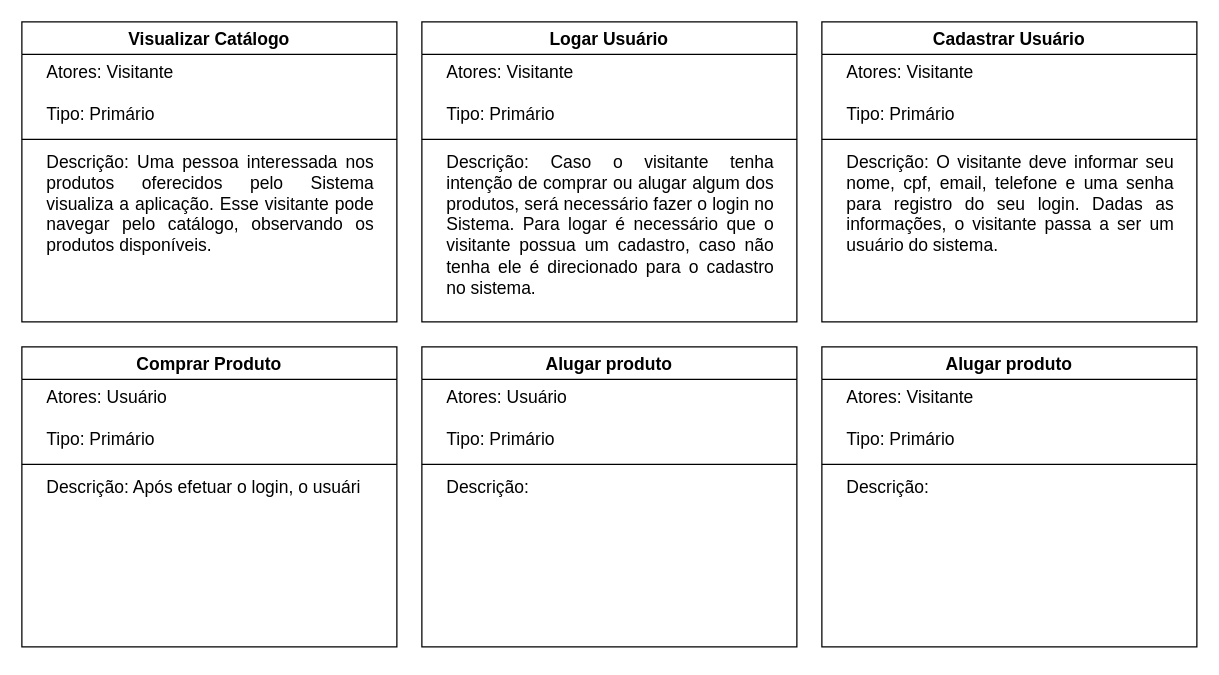
Above: CasosDeUso.drawio in kellykimura/Projeto-ESI (draw.io), before the change. Source tidied: cells renumbered, new cells numbered last; positions are measured from the earlier drawing's top-left corner, leaving out a move shared by most shapes. Both pictures are drawn from the tidied source at 125%, with x=0, y=0 at pixel (21, 21).
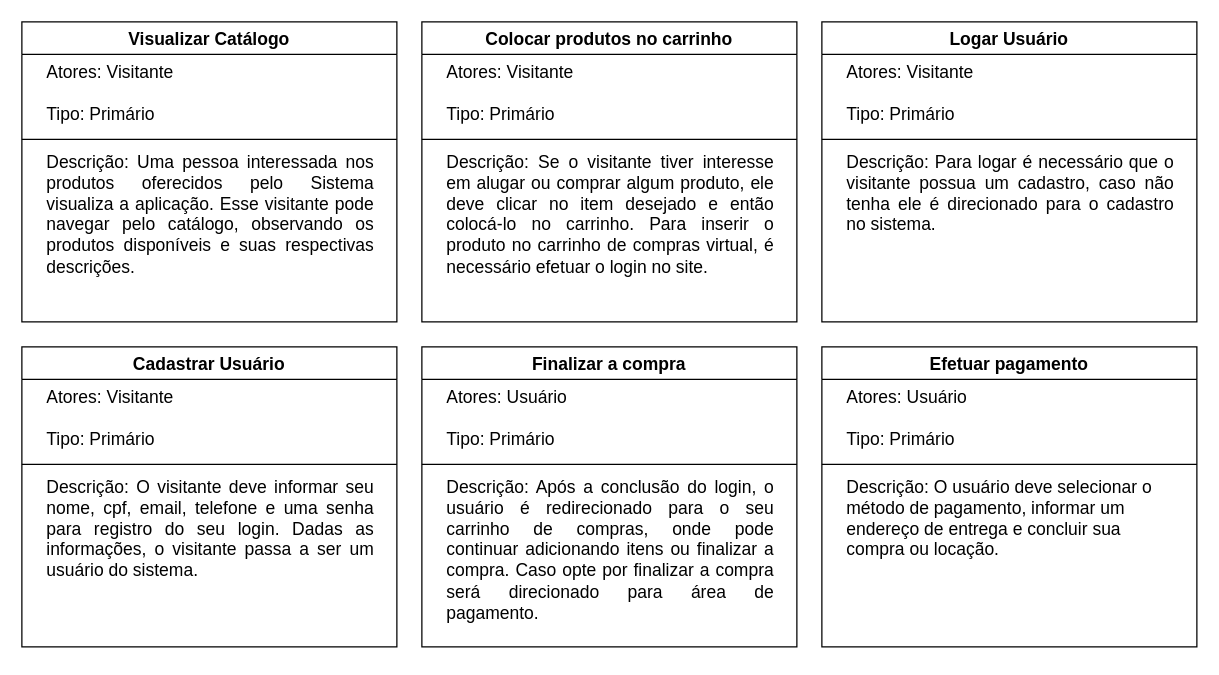
After the change.

Unchanged cells that the change refers to:
```xml
<mxCell id="2" value="Visualizar Catálogo" style="swimlane;fontStyle=1;align=center;verticalAlign=top;horizontal=1;startSize=26;whiteSpace=wrap;html=1;fontSize=14;labelBackgroundColor=none;spacing=0;spacingLeft=20;spacingBottom=0;spacingTop=1;spacingRight=20;" parent="1" vertex="1">
  <mxGeometry width="300" height="240" as="geometry" />
</mxCell>
```

What changed in the source:
```diff
@@
-    <mxCell id="5" value="&lt;div style=&quot;text-align: justify;&quot;&gt;&lt;span style=&quot;color: light-dark(rgb(0, 0, 0), rgb(255, 255, 255));&quot;&gt;Descrição: Uma pessoa interessada nos produtos oferecidos pelo Sistema visualiza a aplicação. Esse visitante pode navegar pelo catálogo, observando os produtos disponíveis.&amp;nbsp;&lt;/span&gt;&lt;/div&gt;&lt;div&gt;&lt;br&gt;&lt;/div&gt;" style="text;strokeColor=none;fillColor=none;align=left;verticalAlign=top;spacingLeft=20;spacingRight=20;overflow=hidden;whiteSpace=wrap;html=1;fontSize=14;labelBackgroundColor=none;spacing=0;spacingBottom=0;spacingTop=1;" parent="2" vertex="1">
+    <mxCell id="5" value="&lt;div style=&quot;text-align: justify;&quot;&gt;&lt;span style=&quot;color: light-dark(rgb(0, 0, 0), rgb(255, 255, 255));&quot;&gt;Descrição: Uma pessoa interessada nos produtos oferecidos pelo Sistema visualiza a aplicação. Esse visitante pode navegar pelo catálogo, observando os produtos disponíveis e suas respectivas descrições.&amp;nbsp;&lt;/span&gt;&lt;/div&gt;&lt;div&gt;&lt;br&gt;&lt;/div&gt;" style="text;strokeColor=none;fillColor=none;align=left;verticalAlign=top;spacingLeft=20;spacingRight=20;overflow=hidden;whiteSpace=wrap;html=1;fontSize=14;labelBackgroundColor=none;spacing=0;spacingBottom=0;spacingTop=1;" parent="2" vertex="1">
       <mxGeometry y="98" width="300" height="142" as="geometry" />
     </mxCell>
     <mxCell id="6" value="Logar Usuário" style="swimlane;fontStyle=1;align=center;verticalAlign=top;horizontal=1;startSize=26;whiteSpace=wrap;html=1;fontSize=14;labelBackgroundColor=none;spacing=0;spacingLeft=20;spacingBottom=0;spacingTop=1;spacingRight=20;" parent="1" vertex="1">
-      <mxGeometry x="320" width="300" height="240" as="geometry" />
+      <mxGeometry x="640" width="300" height="240" as="geometry" />
     </mxCell>
@@
-    <mxCell id="9" value="&lt;div style=&quot;text-align: justify;&quot;&gt;&lt;span style=&quot;background-color: transparent; color: light-dark(rgb(0, 0, 0), rgb(255, 255, 255));&quot;&gt;Descrição: Caso o visitante tenha intenção de comprar ou alugar algum dos produtos, será necessário fazer o login no Sistema. Para logar é necessário que o visitante possua um cadastro, caso não tenha ele é direcionado para o cadastro no sistema.&lt;/span&gt;&lt;/div&gt;&lt;div style=&quot;text-align: justify;&quot;&gt;&lt;br&gt;&lt;/div&gt;" style="text;strokeColor=none;fillColor=none;align=left;verticalAlign=top;spacingLeft=20;spacingRight=20;overflow=hidden;whiteSpace=wrap;html=1;fontSize=14;labelBackgroundColor=none;spacing=0;spacingBottom=0;spacingTop=1;" parent="6" vertex="1">
+    <mxCell id="9" value="&lt;div style=&quot;text-align: justify;&quot;&gt;&lt;span style=&quot;background-color: transparent; color: light-dark(rgb(0, 0, 0), rgb(255, 255, 255));&quot;&gt;Descrição: Para logar é necessário que o visitante possua um cadastro, caso não tenha ele é direcionado para o cadastro no sistema.&lt;/span&gt;&lt;/div&gt;&lt;div style=&quot;text-align: justify;&quot;&gt;&lt;br&gt;&lt;/div&gt;" style="text;strokeColor=none;fillColor=none;align=left;verticalAlign=top;spacingLeft=20;spacingRight=20;overflow=hidden;whiteSpace=wrap;html=1;fontSize=14;labelBackgroundColor=none;spacing=0;spacingBottom=0;spacingTop=1;" parent="6" vertex="1">
       <mxGeometry y="98" width="300" height="142" as="geometry" />
     </mxCell>
-    <mxCell id="10" value="Alugar produto" style="swimlane;fontStyle=1;align=center;verticalAlign=top;horizontal=1;startSize=26;whiteSpace=wrap;html=1;fontSize=14;labelBackgroundColor=none;spacing=0;spacingLeft=20;spacingBottom=0;spacingTop=1;spacingRight=20;" parent="1" vertex="1">
+    <mxCell id="10" value="Finalizar a compra" style="swimlane;fontStyle=1;align=center;verticalAlign=top;horizontal=1;startSize=26;whiteSpace=wrap;html=1;fontSize=14;labelBackgroundColor=none;spacing=0;spacingLeft=20;spacingBottom=0;spacingTop=1;spacingRight=20;" parent="1" vertex="1">
       <mxGeometry x="320" y="260" width="300" height="240" as="geometry" />
     </mxCell>
@@
-    <mxCell id="13" value="Descrição:&amp;nbsp;&lt;div&gt;&lt;br&gt;&lt;/div&gt;" style="text;strokeColor=none;fillColor=none;align=left;verticalAlign=top;spacingLeft=20;spacingRight=20;overflow=hidden;whiteSpace=wrap;html=1;fontSize=14;labelBackgroundColor=none;spacing=0;spacingBottom=0;spacingTop=1;" parent="10" vertex="1">
+    <mxCell id="13" value="&lt;div style=&quot;text-align: justify;&quot;&gt;&lt;span style=&quot;background-color: transparent; color: light-dark(rgb(0, 0, 0), rgb(255, 255, 255));&quot;&gt;Descrição: Após a conclusão do login, o usuário é redirecionado para o seu carrinho de compras, onde pode continuar adicionando itens ou finalizar a compra. Caso opte por finalizar a compra será direcionado para área de pagamento.&lt;/span&gt;&lt;/div&gt;" style="text;strokeColor=none;fillColor=none;align=left;verticalAlign=top;spacingLeft=20;spacingRight=20;overflow=hidden;whiteSpace=wrap;html=1;fontSize=14;labelBackgroundColor=none;spacing=0;spacingBottom=0;spacingTop=1;" parent="10" vertex="1">
       <mxGeometry y="98" width="300" height="142" as="geometry" />
     </mxCell>
-    <mxCell id="14" value="Comprar Produto" style="swimlane;fontStyle=1;align=center;verticalAlign=top;horizontal=1;startSize=26;whiteSpace=wrap;html=1;fontSize=14;labelBackgroundColor=none;spacing=0;spacingLeft=20;spacingBottom=0;spacingTop=1;spacingRight=20;" parent="1" vertex="1">
-      <mxGeometry y="260" width="300" height="240" as="geometry" />
+    <mxCell id="14" value="Colocar produtos no carrinho" style="swimlane;fontStyle=1;align=center;verticalAlign=top;horizontal=1;startSize=26;whiteSpace=wrap;html=1;fontSize=14;labelBackgroundColor=none;spacing=0;spacingLeft=20;spacingBottom=0;spacingTop=1;spacingRight=20;" parent="1" vertex="1">
+      <mxGeometry x="320" width="300" height="240" as="geometry" />
     </mxCell>
-    <mxCell id="15" value="Atores: Usuário&lt;div&gt;&lt;br&gt;&lt;div&gt;Tipo: Primário&lt;/div&gt;&lt;/div&gt;" style="text;strokeColor=none;fillColor=none;align=left;verticalAlign=top;spacingLeft=20;spacingRight=20;overflow=hidden;whiteSpace=wrap;html=1;fontSize=14;labelBackgroundColor=none;spacing=0;spacingBottom=0;spacingTop=1;" parent="14" vertex="1">
+    <mxCell id="15" value="Atores: Visitante&lt;div&gt;&lt;br&gt;&lt;div&gt;Tipo: Primário&lt;/div&gt;&lt;/div&gt;" style="text;strokeColor=none;fillColor=none;align=left;verticalAlign=top;spacingLeft=20;spacingRight=20;overflow=hidden;whiteSpace=wrap;html=1;fontSize=14;labelBackgroundColor=none;spacing=0;spacingBottom=0;spacingTop=1;" parent="14" vertex="1">
       <mxGeometry y="26" width="300" height="64" as="geometry" />
     </mxCell>
@@
-    <mxCell id="17" value="Descrição: Após efetuar o login, o usuári&amp;nbsp;&lt;div&gt;&lt;br&gt;&lt;/div&gt;" style="text;strokeColor=none;fillColor=none;align=left;verticalAlign=top;spacingLeft=20;spacingRight=20;overflow=hidden;whiteSpace=wrap;html=1;fontSize=14;labelBackgroundColor=none;spacing=0;spacingBottom=0;spacingTop=1;" parent="14" vertex="1">
+    <mxCell id="17" value="&lt;div style=&quot;text-align: justify;&quot;&gt;&lt;span style=&quot;background-color: transparent; color: light-dark(rgb(0, 0, 0), rgb(255, 255, 255));&quot;&gt;Descrição: Se o visitante tiver interesse em alugar ou comprar algum produto, ele deve clicar no item desejado e então colocá-lo no carrinho. Para inserir o produto no carrinho de compras virtual, é necessário efetuar o login no site.&amp;nbsp;&amp;nbsp;&lt;/span&gt;&lt;/div&gt;&lt;div&gt;&lt;br&gt;&lt;/div&gt;" style="text;strokeColor=none;fillColor=none;align=left;verticalAlign=top;spacingLeft=20;spacingRight=20;overflow=hidden;whiteSpace=wrap;html=1;fontSize=14;labelBackgroundColor=none;spacing=0;spacingBottom=0;spacingTop=1;" parent="14" vertex="1">
       <mxGeometry y="98" width="300" height="142" as="geometry" />
     </mxCell>
     <mxCell id="18" value="Cadastrar Usuário" style="swimlane;fontStyle=1;align=center;verticalAlign=top;horizontal=1;startSize=26;whiteSpace=wrap;html=1;fontSize=14;labelBackgroundColor=none;spacing=0;spacingLeft=20;spacingBottom=0;spacingTop=1;spacingRight=20;" parent="1" vertex="1">
-      <mxGeometry x="640" width="300" height="240" as="geometry" />
+      <mxGeometry y="260" width="300" height="240" as="geometry" />
     </mxCell>
@@
-    <mxCell id="22" value="Alugar produto" style="swimlane;fontStyle=1;align=center;verticalAlign=top;horizontal=1;startSize=26;whiteSpace=wrap;html=1;fontSize=14;labelBackgroundColor=none;spacing=0;spacingLeft=20;spacingBottom=0;spacingTop=1;spacingRight=20;" parent="1" vertex="1">
+    <mxCell id="22" value="Efetuar pagamento" style="swimlane;fontStyle=1;align=center;verticalAlign=top;horizontal=1;startSize=26;whiteSpace=wrap;html=1;fontSize=14;labelBackgroundColor=none;spacing=0;spacingLeft=20;spacingBottom=0;spacingTop=1;spacingRight=20;" parent="1" vertex="1">
       <mxGeometry x="640" y="260" width="300" height="240" as="geometry" />
     </mxCell>
-    <mxCell id="23" value="Atores: Visitante&amp;nbsp;&lt;div&gt;&lt;br&gt;&lt;div&gt;Tipo: Primário&lt;/div&gt;&lt;/div&gt;" style="text;strokeColor=none;fillColor=none;align=left;verticalAlign=top;spacingLeft=20;spacingRight=20;overflow=hidden;whiteSpace=wrap;html=1;fontSize=14;labelBackgroundColor=none;spacing=0;spacingBottom=0;spacingTop=1;" parent="22" vertex="1">
+    <mxCell id="23" value="Atores: Usuário&amp;nbsp;&lt;div&gt;&lt;br&gt;&lt;div&gt;Tipo: Primário&lt;/div&gt;&lt;/div&gt;" style="text;strokeColor=none;fillColor=none;align=left;verticalAlign=top;spacingLeft=20;spacingRight=20;overflow=hidden;whiteSpace=wrap;html=1;fontSize=14;labelBackgroundColor=none;spacing=0;spacingBottom=0;spacingTop=1;" parent="22" vertex="1">
       <mxGeometry y="26" width="300" height="64" as="geometry" />
     </mxCell>
@@
-    <mxCell id="25" value="Descrição:&amp;nbsp;&lt;div&gt;&lt;br&gt;&lt;/div&gt;" style="text;strokeColor=none;fillColor=none;align=left;verticalAlign=top;spacingLeft=20;spacingRight=20;overflow=hidden;whiteSpace=wrap;html=1;fontSize=14;labelBackgroundColor=none;spacing=0;spacingBottom=0;spacingTop=1;" parent="22" vertex="1">
+    <mxCell id="25" value="Descrição: O usuário deve selecionar o método de pagamento, informar um endereço de entrega e concluir sua compra ou locação.&lt;div&gt;&lt;br&gt;&lt;/div&gt;" style="text;strokeColor=none;fillColor=none;align=left;verticalAlign=top;spacingLeft=20;spacingRight=20;overflow=hidden;whiteSpace=wrap;html=1;fontSize=14;labelBackgroundColor=none;spacing=0;spacingBottom=0;spacingTop=1;" parent="22" vertex="1">
       <mxGeometry y="98" width="300" height="142" as="geometry" />
     </mxCell>
```
